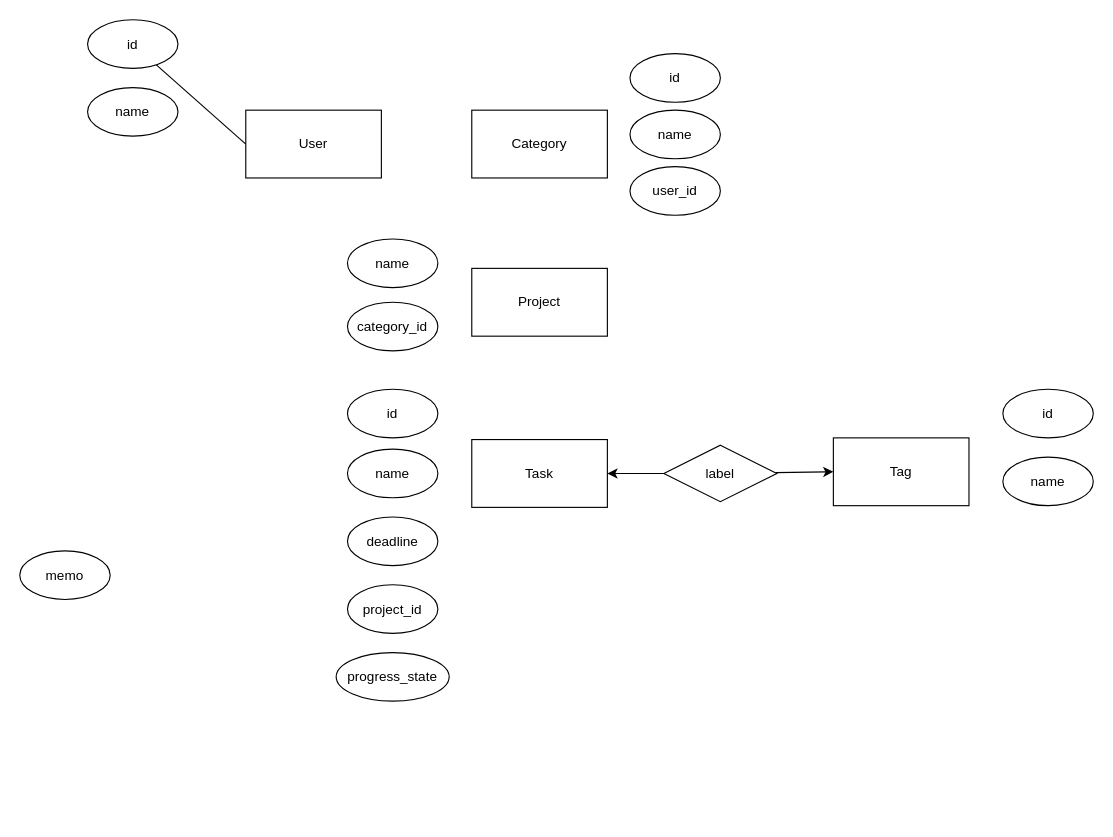
Earlier version of the draw.io diagram kadai3.drawio (Yuki-Hideo/data-modeling_sql). Source tidied: cells renumbered, new cells numbered last; positions are measured from the earlier drawing's top-left corner, leaving out a move shared by most shapes. Both pictures are drawn from the tidied source at 113%, with x=0, y=0 at pixel (19, 19).
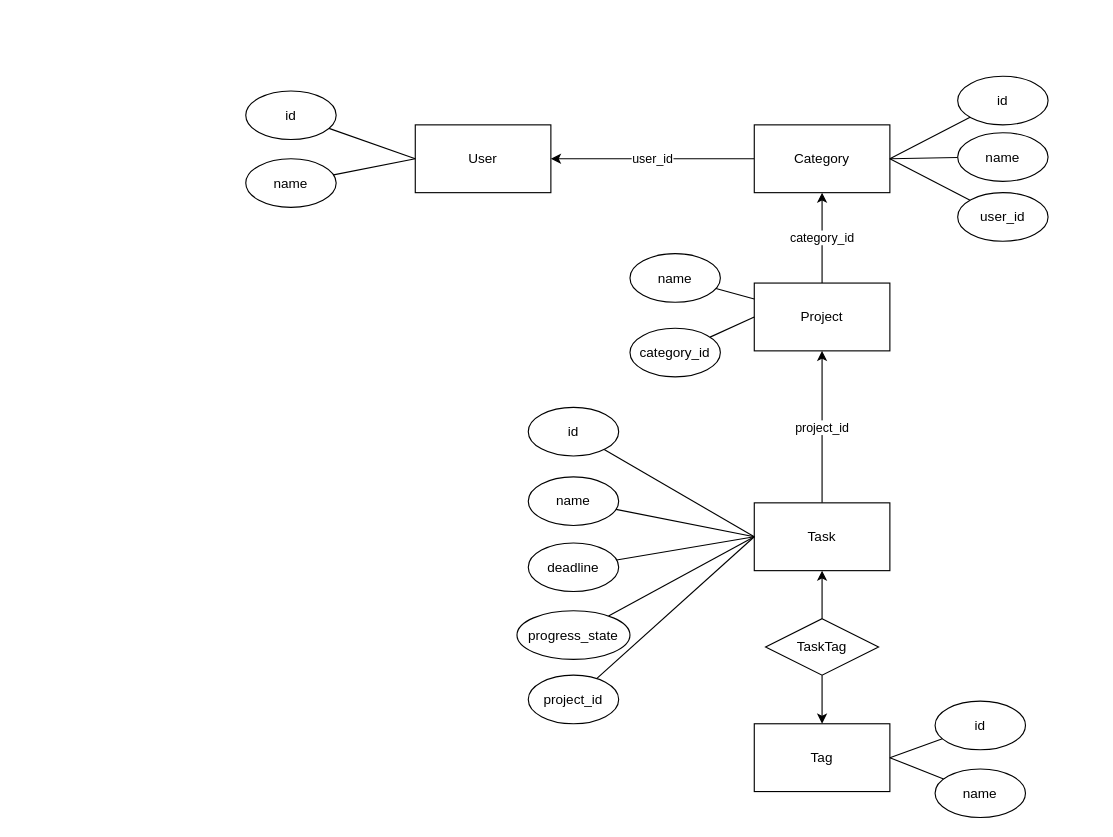
The same diagram, later.

Commit message:
kadai3.drawio を更新します

The edit, as a diff of the source:
```diff
@@
     <mxCell id="2" value="User" style="rounded=0;whiteSpace=wrap;html=1;" parent="1" vertex="1">
-      <mxGeometry x="200" y="80" width="120" height="60" as="geometry" />
+      <mxGeometry x="350" y="93" width="120" height="60" as="geometry" />
     </mxCell>
+    <mxCell id="26" value="project_id" style="edgeStyle=orthogonalEdgeStyle;rounded=0;jettySize=auto;html=1;entryX=0.5;entryY=1;entryDx=0;entryDy=0;" parent="1" edge="1" source="3" target="4">
+      <mxGeometry relative="1" as="geometry" />
+    </mxCell>
     <mxCell id="3" value="Task" style="rounded=0;whiteSpace=wrap;html=1;" parent="1" vertex="1">
-      <mxGeometry x="400" y="371.5" width="120" height="60" as="geometry" />
+      <mxGeometry x="650" y="427.5" width="120" height="60" as="geometry" />
     </mxCell>
+    <mxCell id="27" value="category_id" style="edgeStyle=orthogonalEdgeStyle;rounded=0;jettySize=auto;html=1;entryX=0.5;entryY=1;entryDx=0;entryDy=0;" parent="1" edge="1" source="4" target="5">
+      <mxGeometry relative="1" as="geometry" />
+    </mxCell>
     <mxCell id="4" value="Project" style="rounded=0;whiteSpace=wrap;html=1;" parent="1" vertex="1">
-      <mxGeometry x="400" y="220" width="120" height="60" as="geometry" />
+      <mxGeometry x="650" y="233" width="120" height="60" as="geometry" />
     </mxCell>
+    <mxCell id="28" value="user_id" style="edgeStyle=orthogonalEdgeStyle;rounded=0;jettySize=auto;html=1;" parent="1" edge="1" source="5" target="2">
+      <mxGeometry relative="1" as="geometry" />
+    </mxCell>
     <mxCell id="5" value="Category" style="rounded=0;whiteSpace=wrap;html=1;" parent="1" vertex="1">
-      <mxGeometry x="400" y="80" width="120" height="60" as="geometry" />
+      <mxGeometry x="650" y="93" width="120" height="60" as="geometry" />
     </mxCell>
     <mxCell id="6" value="Tag" style="rounded=0;whiteSpace=wrap;html=1;" parent="1" vertex="1">
-      <mxGeometry x="720" y="370" width="120" height="60" as="geometry" />
+      <mxGeometry x="650" y="623" width="120" height="60" as="geometry" />
     </mxCell>
@@
     <mxCell id="8" value="id" style="ellipse;whiteSpace=wrap;html=1;" parent="1" vertex="1">
-      <mxGeometry x="60" width="80" height="43" as="geometry" />
+      <mxGeometry x="200" y="63" width="80" height="43" as="geometry" />
     </mxCell>
+    <mxCell id="29" style="rounded=0;jettySize=auto;html=1;entryX=0;entryY=0.5;entryDx=0;entryDy=0;endArrow=none;endFill=0;" parent="1" edge="1" source="9" target="2">
+      <mxGeometry relative="1" as="geometry" />
+    </mxCell>
     <mxCell id="9" value="name" style="ellipse;whiteSpace=wrap;html=1;" parent="1" vertex="1">
-      <mxGeometry x="60" y="60" width="80" height="43" as="geometry" />
+      <mxGeometry x="200" y="123" width="80" height="43" as="geometry" />
     </mxCell>
+    <mxCell id="30" style="rounded=0;jettySize=auto;html=1;entryX=1;entryY=0.5;entryDx=0;entryDy=0;endArrow=none;endFill=0;" parent="1" edge="1" source="10" target="5">
+      <mxGeometry relative="1" as="geometry" />
+    </mxCell>
     <mxCell id="10" value="user_id" style="ellipse;whiteSpace=wrap;html=1;" parent="1" vertex="1">
-      <mxGeometry x="540" y="130" width="80" height="43" as="geometry" />
+      <mxGeometry x="830" y="153" width="80" height="43" as="geometry" />
     </mxCell>
+    <mxCell id="31" style="rounded=0;jettySize=auto;html=1;entryX=0;entryY=0.5;entryDx=0;entryDy=0;endArrow=none;endFill=0;" parent="1" edge="1" source="11" target="3">
+      <mxGeometry relative="1" as="geometry" />
+    </mxCell>
     <mxCell id="11" value="progress_state" style="ellipse;whiteSpace=wrap;html=1;" parent="1" vertex="1">
-      <mxGeometry x="280" y="560" width="100" height="43" as="geometry" />
+      <mxGeometry x="440" y="523" width="100" height="43" as="geometry" />
     </mxCell>
+    <mxCell id="32" style="rounded=0;jettySize=auto;html=1;entryX=1;entryY=0.5;entryDx=0;entryDy=0;endArrow=none;endFill=0;" parent="1" edge="1" source="12" target="6">
+      <mxGeometry relative="1" as="geometry" />
+    </mxCell>
     <mxCell id="12" value="id" style="ellipse;whiteSpace=wrap;html=1;" parent="1" vertex="1">
-      <mxGeometry x="870" y="327" width="80" height="43" as="geometry" />
+      <mxGeometry x="810" y="603" width="80" height="43" as="geometry" />
     </mxCell>
-    <mxCell id="13" value="memo" style="ellipse;whiteSpace=wrap;html=1;" parent="1" vertex="1">
-      <mxGeometry y="470" width="80" height="43" as="geometry" />
-    </mxCell>
+    <mxCell id="33" style="rounded=0;jettySize=auto;html=1;entryX=0;entryY=0.5;entryDx=0;entryDy=0;endArrow=none;endFill=0;" parent="1" edge="1" source="14" target="3">
+      <mxGeometry relative="1" as="geometry" />
+    </mxCell>
     <mxCell id="14" value="project_id" style="ellipse;whiteSpace=wrap;html=1;" parent="1" vertex="1">
-      <mxGeometry x="290" y="500" width="80" height="43" as="geometry" />
+      <mxGeometry x="450" y="580" width="80" height="43" as="geometry" />
     </mxCell>
+    <mxCell id="34" style="rounded=0;jettySize=auto;html=1;entryX=0;entryY=0.5;entryDx=0;entryDy=0;endArrow=none;endFill=0;" parent="1" edge="1" source="15" target="4">
+      <mxGeometry relative="1" as="geometry" />
+    </mxCell>
     <mxCell id="15" value="category_id" style="ellipse;whiteSpace=wrap;html=1;" parent="1" vertex="1">
-      <mxGeometry x="290" y="250" width="80" height="43" as="geometry" />
+      <mxGeometry x="540" y="273" width="80" height="43" as="geometry" />
     </mxCell>
+    <mxCell id="35" style="rounded=0;jettySize=auto;html=1;entryX=0;entryY=0.5;entryDx=0;entryDy=0;endArrow=none;endFill=0;" parent="1" edge="1" source="16" target="3">
+      <mxGeometry relative="1" as="geometry" />
+    </mxCell>
     <mxCell id="16" value="deadline" style="ellipse;whiteSpace=wrap;html=1;" parent="1" vertex="1">
-      <mxGeometry x="290" y="440" width="80" height="43" as="geometry" />
+      <mxGeometry x="450" y="463" width="80" height="43" as="geometry" />
     </mxCell>
+    <mxCell id="36" style="rounded=0;jettySize=auto;html=1;entryX=0;entryY=0.5;entryDx=0;entryDy=0;endArrow=none;endFill=0;" parent="1" edge="1" source="17" target="3">
+      <mxGeometry relative="1" as="geometry" />
+    </mxCell>
     <mxCell id="17" value="id" style="ellipse;whiteSpace=wrap;html=1;" parent="1" vertex="1">
-      <mxGeometry x="290" y="327" width="80" height="43" as="geometry" />
+      <mxGeometry x="450" y="343" width="80" height="43" as="geometry" />
     </mxCell>
+    <mxCell id="37" style="rounded=0;jettySize=auto;html=1;entryX=1;entryY=0.5;entryDx=0;entryDy=0;endArrow=none;endFill=0;" parent="1" edge="1" source="18" target="5">
+      <mxGeometry relative="1" as="geometry" />
+    </mxCell>
     <mxCell id="18" value="id" style="ellipse;whiteSpace=wrap;html=1;" parent="1" vertex="1">
-      <mxGeometry x="540" y="30" width="80" height="43" as="geometry" />
+      <mxGeometry x="830" y="50" width="80" height="43" as="geometry" />
     </mxCell>
+    <mxCell id="38" style="rounded=0;jettySize=auto;html=1;entryX=1;entryY=0.5;entryDx=0;entryDy=0;endArrow=none;endFill=0;" parent="1" edge="1" source="19" target="5">
+      <mxGeometry relative="1" as="geometry" />
+    </mxCell>
     <mxCell id="19" value="name" style="ellipse;whiteSpace=wrap;html=1;" parent="1" vertex="1">
-      <mxGeometry x="540" y="80" width="80" height="43" as="geometry" />
+      <mxGeometry x="830" y="100" width="80" height="43" as="geometry" />
     </mxCell>
+    <mxCell id="39" style="rounded=0;jettySize=auto;html=1;endArrow=none;endFill=0;" parent="1" edge="1" source="20" target="4">
+      <mxGeometry relative="1" as="geometry" />
+    </mxCell>
     <mxCell id="20" value="name" style="ellipse;whiteSpace=wrap;html=1;" parent="1" vertex="1">
-      <mxGeometry x="290" y="194" width="80" height="43" as="geometry" />
+      <mxGeometry x="540" y="207" width="80" height="43" as="geometry" />
     </mxCell>
+    <mxCell id="40" style="rounded=0;jettySize=auto;html=1;entryX=0;entryY=0.5;entryDx=0;entryDy=0;endArrow=none;endFill=0;" parent="1" edge="1" source="21" target="3">
+      <mxGeometry relative="1" as="geometry" />
+    </mxCell>
     <mxCell id="21" value="name" style="ellipse;whiteSpace=wrap;html=1;" parent="1" vertex="1">
-      <mxGeometry x="290" y="380" width="80" height="43" as="geometry" />
+      <mxGeometry x="450" y="404.5" width="80" height="43" as="geometry" />
     </mxCell>
+    <mxCell id="41" style="rounded=0;jettySize=auto;html=1;entryX=1;entryY=0.5;entryDx=0;entryDy=0;endArrow=none;endFill=0;" parent="1" edge="1" source="22" target="6">
+      <mxGeometry relative="1" as="geometry" />
+    </mxCell>
     <mxCell id="22" value="name" style="ellipse;whiteSpace=wrap;html=1;" parent="1" vertex="1">
-      <mxGeometry x="870" y="387" width="80" height="43" as="geometry" />
+      <mxGeometry x="810" y="663" width="80" height="43" as="geometry" />
     </mxCell>
-    <mxCell id="23" style="rounded=0;jettySize=auto;html=1;entryX=1;entryY=0.5;entryDx=0;entryDy=0;" parent="1" edge="1" source="25" target="3">
+    <mxCell id="23" style="rounded=0;jettySize=auto;html=1;entryX=0.5;entryY=1;entryDx=0;entryDy=0;" parent="1" edge="1" source="25" target="3">
       <mxGeometry relative="1" as="geometry" />
     </mxCell>
-    <mxCell id="24" style="rounded=0;jettySize=auto;html=1;entryX=0;entryY=0.5;entryDx=0;entryDy=0;" parent="1" edge="1" source="25" target="6">
+    <mxCell id="24" style="rounded=0;jettySize=auto;html=1;entryX=0.5;entryY=0;entryDx=0;entryDy=0;" parent="1" edge="1" source="25" target="6">
       <mxGeometry relative="1" as="geometry" />
     </mxCell>
-    <mxCell id="25" value="label" style="rhombus;whiteSpace=wrap;html=1;" parent="1" vertex="1">
-      <mxGeometry x="570" y="376.5" width="100" height="50" as="geometry" />
+    <mxCell id="25" value="TaskTag" style="rhombus;whiteSpace=wrap;html=1;" parent="1" vertex="1">
+      <mxGeometry x="660" y="530" width="100" height="50" as="geometry" />
     </mxCell>
+    <mxCell id="42" style="edgeStyle=orthogonalEdgeStyle;rounded=0;orthogonalLoop=1;jettySize=auto;html=1;exitX=0.5;exitY=1;exitDx=0;exitDy=0;" parent="1" edge="1" source="18" target="18">
+      <mxGeometry relative="1" as="geometry" />
+    </mxCell>
```
